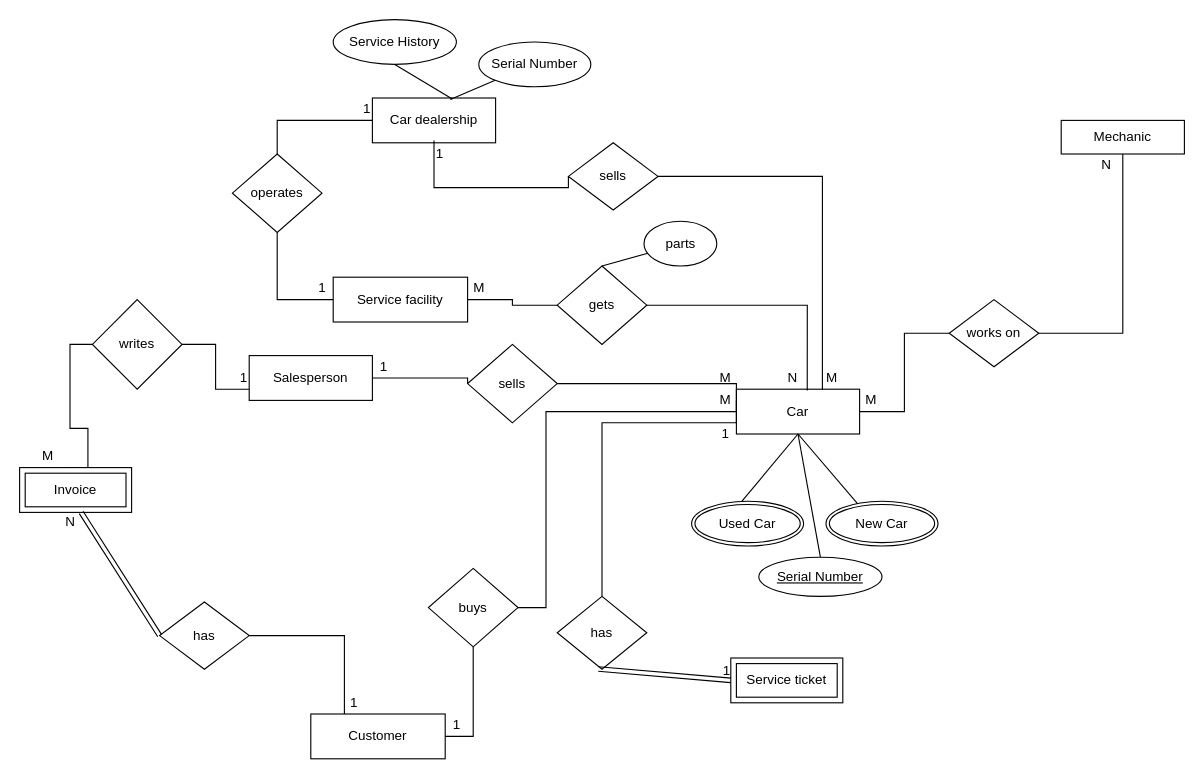
Above: DS3 Activity 3.5 ER Diagram.drawio in ImaDeSara/ImaDeSara (draw.io), before the change. Source tidied: cells renumbered, new cells numbered last; positions are measured from the earlier drawing's top-left corner, leaving out a move shared by most shapes. Both pictures are drawn from the tidied source at 112%, with x=0, y=0 at pixel (19, 19).
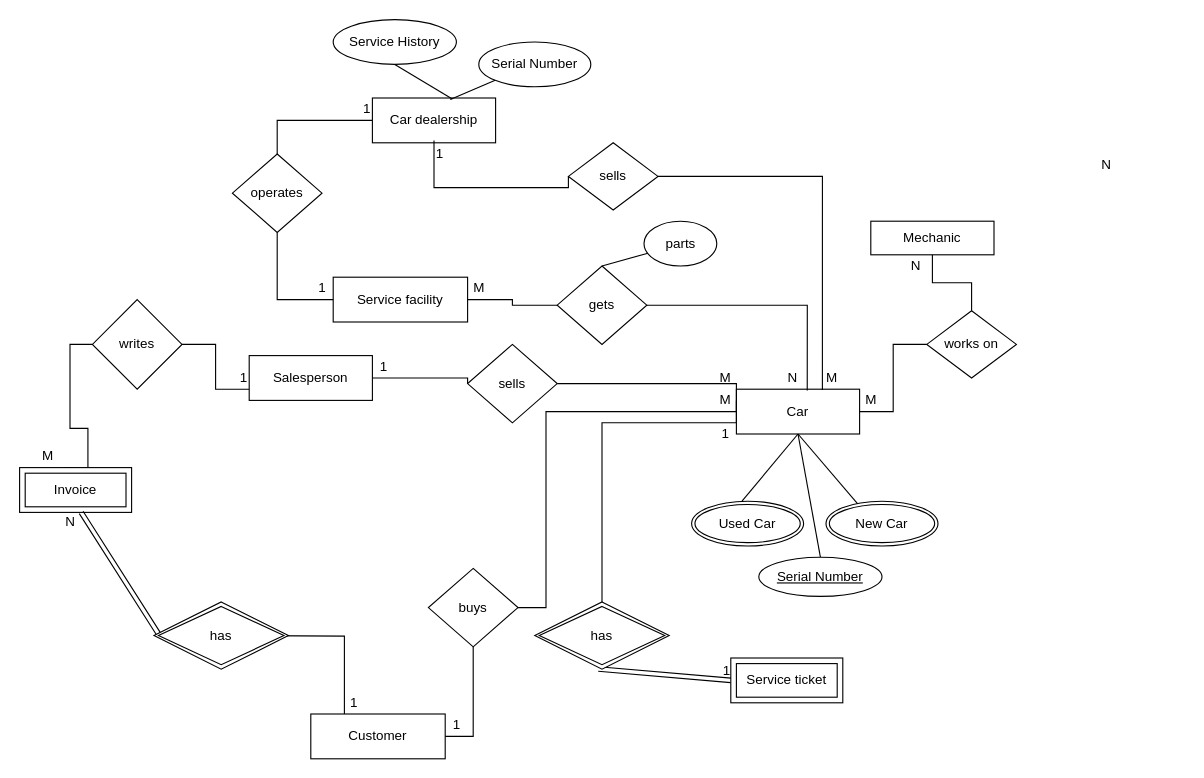
The same page after the edit.

Unchanged cells that the change refers to:
```xml
<mxCell id="6" value="Car" style="rounded=0;whiteSpace=wrap;html=1;" parent="1" vertex="1">
  <mxGeometry x="640" y="330" width="110" height="40" as="geometry" />
</mxCell>
<mxCell id="11" value="Customer" style="rounded=0;whiteSpace=wrap;html=1;" parent="1" vertex="1">
  <mxGeometry x="260" y="620" width="120" height="40" as="geometry" />
</mxCell>
<mxCell id="56" value="Service ticket" style="shape=ext;margin=3;double=1;whiteSpace=wrap;html=1;align=center;" parent="1" vertex="1">
  <mxGeometry x="635" y="570" width="100" height="40" as="geometry" />
</mxCell>
```

The edit, as a diff of the source:
```diff
@@
-    <mxCell id="5" style="edgeStyle=orthogonalEdgeStyle;rounded=0;jettySize=auto;html=1;startArrow=none;startFill=0;endArrow=none;endFill=0;" parent="1" edge="1" source="6" target="51">
+    <mxCell id="5" style="edgeStyle=orthogonalEdgeStyle;rounded=0;jettySize=auto;html=1;startArrow=none;startFill=0;endArrow=none;endFill=0;entryX=0.5;entryY=0;entryDx=0;entryDy=0;" parent="1" edge="1" source="6" target="68">
       <mxGeometry relative="1" as="geometry">
         <Array as="points">
           <mxPoint x="520" y="360" />
         </Array>
       </mxGeometry>
     </mxCell>
@@
     <mxCell id="10" value="Mechanic" style="rounded=0;whiteSpace=wrap;html=1;" parent="1" vertex="1">
-      <mxGeometry x="930" y="90" width="110" height="30" as="geometry" />
+      <mxGeometry x="760" y="180" width="110" height="30" as="geometry" />
     </mxCell>
@@
-    <mxCell id="37" style="edgeStyle=orthogonalEdgeStyle;rounded=0;jettySize=auto;html=1;startArrow=none;startFill=0;endArrow=none;endFill=0;entryX=0.25;entryY=0;entryDx=0;entryDy=0;" parent="1" edge="1" source="38" target="11">
-      <mxGeometry relative="1" as="geometry" />
+    <mxCell id="37" style="edgeStyle=orthogonalEdgeStyle;rounded=0;jettySize=auto;html=1;startArrow=none;startFill=0;endArrow=none;endFill=0;entryX=0.25;entryY=0;entryDx=0;entryDy=0;" parent="1" edge="1" target="11">
+      <mxGeometry relative="1" as="geometry">
+        <mxPoint x="205" y="550" as="sourcePoint" />
+      </mxGeometry>
     </mxCell>
-    <mxCell id="38" value="has" style="rhombus;whiteSpace=wrap;html=1;" parent="1" vertex="1">
-      <mxGeometry x="125" y="520" width="80" height="60" as="geometry" />
-    </mxCell>
@@
-    <mxCell id="51" value="has" style="rhombus;whiteSpace=wrap;html=1;" parent="1" vertex="1">
-      <mxGeometry x="480" y="515" width="80" height="65" as="geometry" />
-    </mxCell>
@@
-    <mxCell id="60" style="shape=link;html=1;rounded=0;startArrow=none;startFill=0;endArrow=none;endFill=0;entryX=0;entryY=0.5;entryDx=0;entryDy=0;exitX=0.46;exitY=0.997;exitDx=0;exitDy=0;exitPerimeter=0;" parent="1" edge="1" source="51" target="56">
-      <mxGeometry relative="1" as="geometry" />
+    <mxCell id="60" style="shape=link;html=1;rounded=0;startArrow=none;startFill=0;endArrow=none;endFill=0;entryX=0;entryY=0.5;entryDx=0;entryDy=0;exitX=0.46;exitY=0.997;exitDx=0;exitDy=0;exitPerimeter=0;" parent="1" edge="1" target="56">
+      <mxGeometry relative="1" as="geometry">
+        <mxPoint x="516.8" y="579.8" as="sourcePoint" />
+      </mxGeometry>
     </mxCell>
@@
     <mxCell id="64" value="works on" style="rhombus;whiteSpace=wrap;html=1;" parent="1" vertex="1">
-      <mxGeometry x="830" y="250" width="80" height="60" as="geometry" />
+      <mxGeometry x="810" y="260" width="80" height="60" as="geometry" />
     </mxCell>
@@
+    <mxCell id="67" value="&lt;span&gt;has&lt;/span&gt;" style="shape=rhombus;double=1;perimeter=rhombusPerimeter;whiteSpace=wrap;html=1;align=center;" parent="1" vertex="1">
+      <mxGeometry x="120" y="520" width="120" height="60" as="geometry" />
+    </mxCell>
+    <mxCell id="68" value="&lt;span&gt;has&lt;/span&gt;" style="shape=rhombus;double=1;perimeter=rhombusPerimeter;whiteSpace=wrap;html=1;align=center;" parent="1" vertex="1">
+      <mxGeometry x="460" y="520" width="120" height="60" as="geometry" />
+    </mxCell>
+    <mxCell id="69" value="N" style="text;html=1;align=center;verticalAlign=middle;strokeColor=none;fillColor=none;" parent="1" vertex="1">
+      <mxGeometry x="790" y="210" width="20" height="20" as="geometry" />
+    </mxCell>
```
